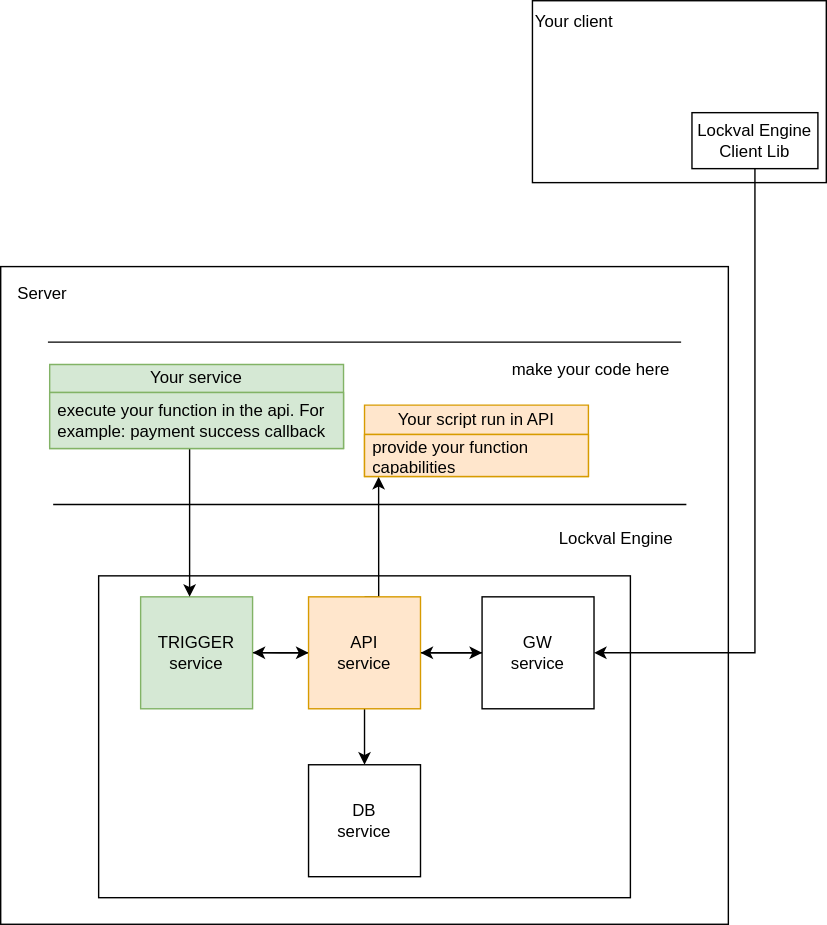
Before: content/en/arch.svg, a diagram exported from draw.io (lockval/website). Source tidied: cells renumbered, new cells last; positions are measured from the earlier drawing's top-left corner, leaving out a move shared by most shapes. The source it was exported from:
```xml
<mxGraphModel>
  <root>
    <mxCell id="0" />
    <mxCell id="1" parent="0" />
    <mxCell id="2" style="rounded=0;whiteSpace=wrap;html=1;" parent="1" vertex="1">
      <mxGeometry y="190" width="520" height="470" as="geometry" />
    </mxCell>
    <mxCell id="3" style="rounded=0;whiteSpace=wrap;html=1;align=left;" parent="1" vertex="1">
      <mxGeometry x="70" y="411" width="380" height="230" as="geometry" />
    </mxCell>
    <mxCell id="4" style="edgeStyle=orthogonalEdgeStyle;rounded=0;jettySize=auto;html=1;exitX=1;exitY=0.5;exitDx=0;exitDy=0;" parent="1" edge="1" source="5" target="10">
      <mxGeometry relative="1" as="geometry" />
    </mxCell>
    <mxCell id="5" value="TRIGGER&lt;br&gt;service" style="whiteSpace=wrap;html=1;fillColor=#d5e8d4;strokeColor=#82b366;" parent="1" vertex="1">
      <mxGeometry x="100" y="426" width="80" height="80" as="geometry" />
    </mxCell>
    <mxCell id="6" style="edgeStyle=orthogonalEdgeStyle;rounded=0;jettySize=auto;html=1;exitX=1;exitY=0.5;exitDx=0;exitDy=0;entryX=0;entryY=0.5;entryDx=0;entryDy=0;" parent="1" edge="1" source="10" target="12">
      <mxGeometry relative="1" as="geometry" />
    </mxCell>
    <mxCell id="7" style="edgeStyle=orthogonalEdgeStyle;rounded=0;jettySize=auto;html=1;exitX=0;exitY=0.5;exitDx=0;exitDy=0;" parent="1" edge="1" source="10">
      <mxGeometry relative="1" as="geometry">
        <mxPoint x="180" y="465.8" as="targetPoint" />
      </mxGeometry>
    </mxCell>
    <mxCell id="8" style="edgeStyle=orthogonalEdgeStyle;rounded=0;jettySize=auto;html=1;exitX=0.5;exitY=0;exitDx=0;exitDy=0;entryX=0.063;entryY=1.008;entryDx=0;entryDy=0;entryPerimeter=0;" parent="1" edge="1" source="10" target="19">
      <mxGeometry relative="1" as="geometry">
        <Array as="points">
          <mxPoint x="270" y="426" />
        </Array>
      </mxGeometry>
    </mxCell>
    <mxCell id="9" style="edgeStyle=orthogonalEdgeStyle;rounded=0;jettySize=auto;html=1;exitX=0.5;exitY=1;exitDx=0;exitDy=0;entryX=0.5;entryY=0;entryDx=0;entryDy=0;" parent="1" edge="1" source="10" target="13">
      <mxGeometry relative="1" as="geometry" />
    </mxCell>
    <mxCell id="10" value="API&lt;br&gt;service" style="whiteSpace=wrap;html=1;fillColor=#ffe6cc;strokeColor=#d79b00;" parent="1" vertex="1">
      <mxGeometry x="220" y="426" width="80" height="80" as="geometry" />
    </mxCell>
    <mxCell id="11" style="edgeStyle=orthogonalEdgeStyle;rounded=0;jettySize=auto;html=1;exitX=0;exitY=0.5;exitDx=0;exitDy=0;" parent="1" edge="1" source="12" target="10">
      <mxGeometry relative="1" as="geometry" />
    </mxCell>
    <mxCell id="12" value="GW&lt;br&gt;service" style="whiteSpace=wrap;html=1;" parent="1" vertex="1">
      <mxGeometry x="344" y="426" width="80" height="80" as="geometry" />
    </mxCell>
    <mxCell id="13" value="DB&lt;br&gt;service" style="whiteSpace=wrap;html=1;" parent="1" vertex="1">
      <mxGeometry x="220" y="546" width="80" height="80" as="geometry" />
    </mxCell>
    <mxCell id="14" style="endArrow=none;html=1;rounded=0;" parent="1" edge="1">
      <mxGeometry relative="1" as="geometry">
        <mxPoint x="37.5" y="360" as="sourcePoint" />
        <mxPoint x="490" y="360" as="targetPoint" />
      </mxGeometry>
    </mxCell>
    <mxCell id="15" style="edgeStyle=orthogonalEdgeStyle;rounded=0;jettySize=auto;html=1;" parent="1" edge="1" source="16" target="5">
      <mxGeometry relative="1" as="geometry">
        <Array as="points">
          <mxPoint x="135" y="400" />
          <mxPoint x="135" y="400" />
        </Array>
      </mxGeometry>
    </mxCell>
    <mxCell id="16" value="Your service" style="swimlane;fontStyle=0;horizontal=1;startSize=20;whiteSpace=wrap;html=1;fillColor=#d5e8d4;strokeColor=#82b366;" parent="1" vertex="1">
      <mxGeometry x="35" y="260" width="210" height="60" as="geometry" />
    </mxCell>
    <mxCell id="17" value="execute your function in the api.&amp;nbsp;For example: payment success callback" style="text;strokeColor=#82b366;fillColor=#d5e8d4;align=left;verticalAlign=middle;spacingLeft=4;spacingRight=4;overflow=hidden;whiteSpace=wrap;html=1;" parent="16" vertex="1">
      <mxGeometry y="20" width="210" height="40" as="geometry" />
    </mxCell>
    <mxCell id="18" value="Your script run in API" style="swimlane;fontStyle=0;horizontal=1;startSize=21;whiteSpace=wrap;html=1;fillColor=#ffe6cc;strokeColor=#d79b00;" parent="1" vertex="1">
      <mxGeometry x="260" y="289" width="160" height="51" as="geometry" />
    </mxCell>
    <mxCell id="19" value="provide your function capabilities" style="text;strokeColor=#d79b00;fillColor=#ffe6cc;align=left;verticalAlign=middle;spacingLeft=4;spacingRight=4;overflow=hidden;points=[[0,0.5],[1,0.5]];portConstraint=eastwest;whiteSpace=wrap;html=1;" parent="18" vertex="1">
      <mxGeometry y="21" width="160" height="30" as="geometry" />
    </mxCell>
    <mxCell id="20" value="make your code here" style="text;html=1;strokeColor=none;fillColor=none;align=center;verticalAlign=middle;whiteSpace=wrap;rounded=0;" parent="1" vertex="1">
      <mxGeometry x="360" y="249" width="124" height="30" as="geometry" />
    </mxCell>
    <mxCell id="21" style="endArrow=none;html=1;rounded=0;" parent="1" edge="1">
      <mxGeometry relative="1" as="geometry">
        <mxPoint x="33.8" y="244" as="sourcePoint" />
        <mxPoint x="486.2" y="244" as="targetPoint" />
      </mxGeometry>
    </mxCell>
    <mxCell id="22" value="Lockval Engine" style="text;html=1;strokeColor=none;fillColor=none;align=center;verticalAlign=middle;whiteSpace=wrap;rounded=0;" parent="1" vertex="1">
      <mxGeometry x="390" y="370" width="100" height="30" as="geometry" />
    </mxCell>
    <mxCell id="23" value="Server" style="text;html=1;strokeColor=none;fillColor=none;align=center;verticalAlign=middle;whiteSpace=wrap;rounded=0;" parent="1" vertex="1">
      <mxGeometry y="195" width="60" height="30" as="geometry" />
    </mxCell>
    <mxCell id="24" style="rounded=0;whiteSpace=wrap;html=1;" parent="1" vertex="1">
      <mxGeometry x="380" width="210" height="130" as="geometry" />
    </mxCell>
    <mxCell id="25" value="Your client" style="text;html=1;strokeColor=none;fillColor=none;align=center;verticalAlign=middle;whiteSpace=wrap;rounded=0;" parent="1" vertex="1">
      <mxGeometry x="380" width="60" height="30" as="geometry" />
    </mxCell>
    <mxCell id="26" style="edgeStyle=orthogonalEdgeStyle;rounded=0;jettySize=auto;html=1;exitX=0.5;exitY=1;exitDx=0;exitDy=0;entryX=1;entryY=0.5;entryDx=0;entryDy=0;" parent="1" edge="1" source="27" target="12">
      <mxGeometry relative="1" as="geometry" />
    </mxCell>
    <mxCell id="27" value="Lockval Engine Client Lib" style="rounded=0;whiteSpace=wrap;html=1;" parent="1" vertex="1">
      <mxGeometry x="494" y="80" width="90" height="40" as="geometry" />
    </mxCell>
  </root>
</mxGraphModel>
```
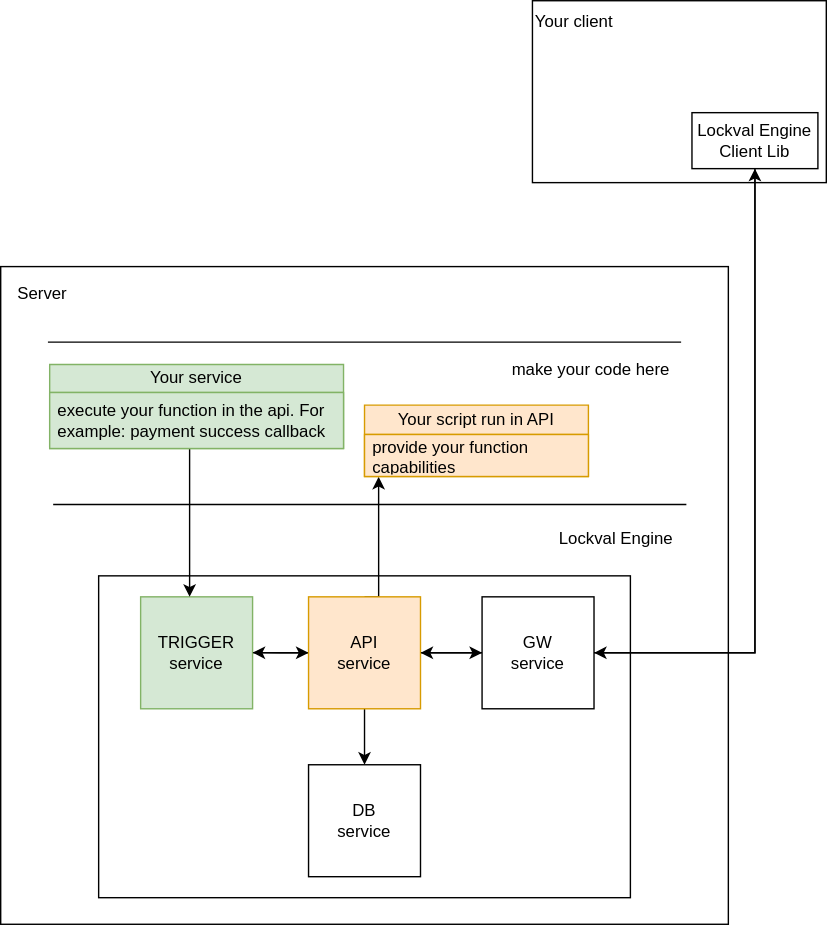
Above is the later version.

Change to the diagram source:
```diff
@@ -97,5 +97,8 @@
     <mxCell id="27" value="Lockval Engine Client Lib" style="rounded=0;whiteSpace=wrap;html=1;" parent="1" vertex="1">
       <mxGeometry x="494" y="80" width="90" height="40" as="geometry" />
     </mxCell>
+    <mxCell id="28" style="edgeStyle=orthogonalEdgeStyle;rounded=0;jettySize=auto;html=1;exitX=1;exitY=0.5;exitDx=0;exitDy=0;" parent="1" edge="1" source="12" target="27">
+      <mxGeometry relative="1" as="geometry" />
+    </mxCell>
   </root>
 </mxGraphModel>
```
